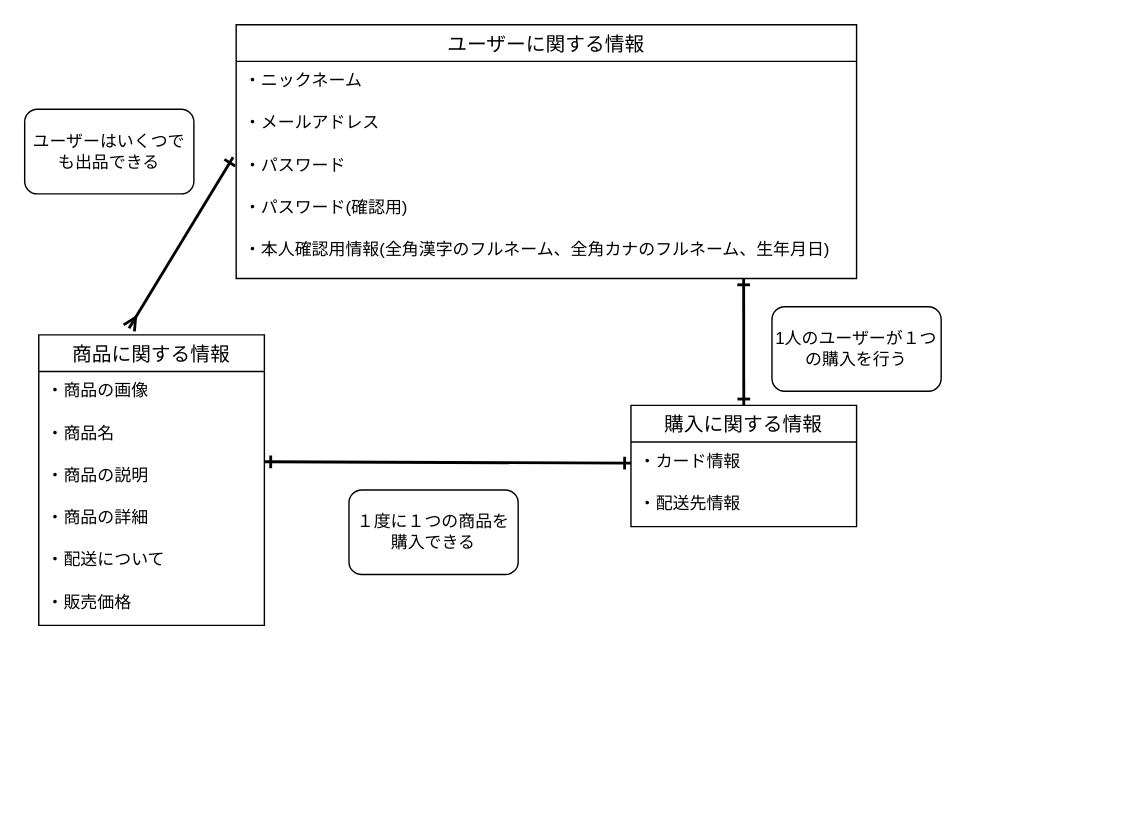
Before: page "Modeling" (2 of 3) of figure.dio in nana0817/furima-39589, a draw.io diagram. Source tidied: cells renumbered, new cells numbered last; positions are measured from the earlier drawing's top-left corner, leaving out a move shared by most shapes. Both pictures are drawn from the tidied source at 141%, with x=0, y=0 at pixel (24, 24).
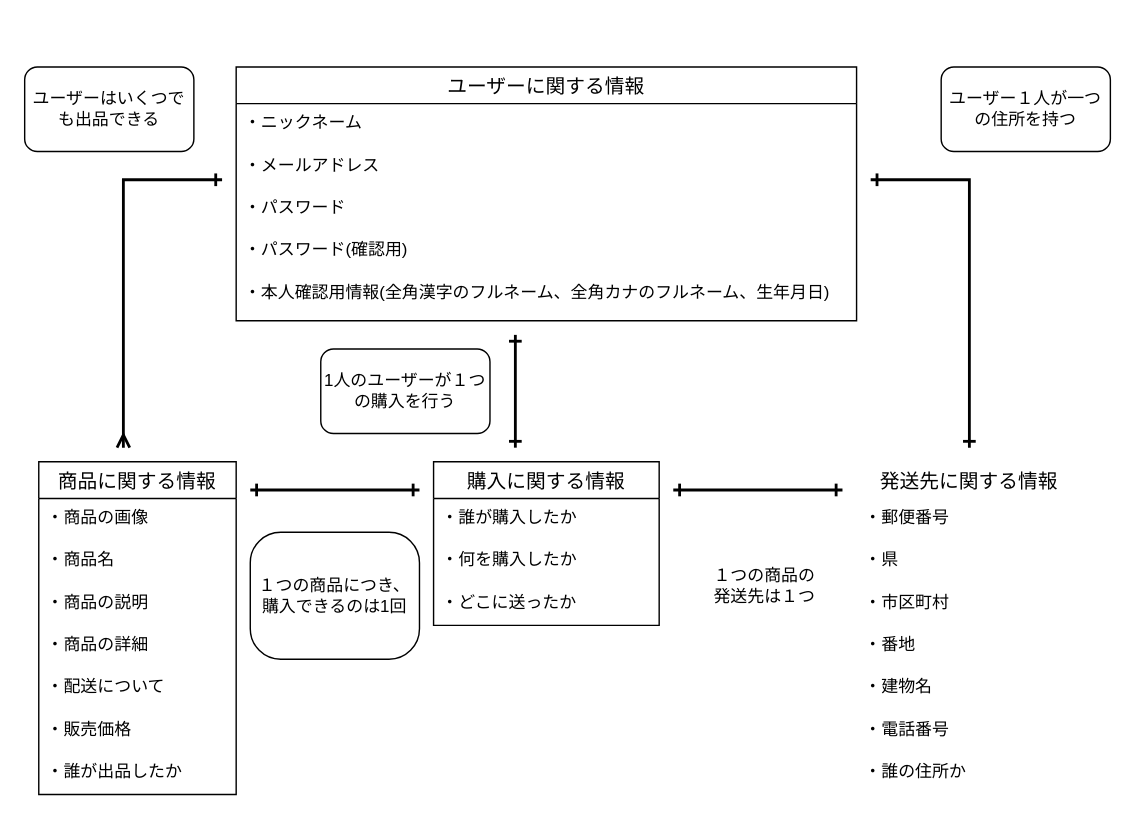
The same page after the edit.

Unchanged cells that the change refers to:
```xml
<mxCell id="15" value="・パスワード" style="text;strokeColor=none;fillColor=none;spacingLeft=4;spacingRight=4;overflow=hidden;points=[[0,0.5],[1,0.5]];portConstraint=eastwest;fontSize=12;" parent="12" vertex="1">
  <mxGeometry y="86" width="440" height="30" as="geometry" />
</mxCell>
<mxCell id="17" value="・本人確認用情報(全角漢字のフルネーム、全角カナのフルネーム、生年月日)" style="text;strokeColor=none;fillColor=none;spacingLeft=4;spacingRight=4;overflow=hidden;points=[[0,0.5],[1,0.5]];portConstraint=eastwest;fontSize=12;" parent="12" vertex="1">
  <mxGeometry y="146" width="440" height="34" as="geometry" />
</mxCell>
```

The edit, as a diff of the source:
```diff
@@
     <mxCell id="2" value="商品に関する情報" style="swimlane;fontStyle=0;horizontal=1;startSize=26;align=center;fontSize=14;" parent="1" vertex="1">
-      <mxGeometry x="10" y="220" width="160" height="206" as="geometry" />
+      <mxGeometry x="10" y="310" width="140" height="236" as="geometry" />
     </mxCell>
     <mxCell id="3" value="・商品の画像" style="text;strokeColor=none;fillColor=none;spacingLeft=4;spacingRight=4;overflow=hidden;fontSize=12;" parent="2" vertex="1">
-      <mxGeometry y="26" width="160" height="30" as="geometry" />
+      <mxGeometry y="26" width="140" height="30" as="geometry" />
     </mxCell>
     <mxCell id="4" value="・商品名" style="text;strokeColor=none;fillColor=none;spacingLeft=4;spacingRight=4;overflow=hidden;fontSize=12;" parent="2" vertex="1">
-      <mxGeometry y="56" width="160" height="30" as="geometry" />
+      <mxGeometry y="56" width="140" height="30" as="geometry" />
     </mxCell>
     <mxCell id="5" value="・商品の説明" style="text;strokeColor=none;fillColor=none;spacingLeft=4;spacingRight=4;overflow=hidden;fontSize=12;" parent="2" vertex="1">
-      <mxGeometry y="86" width="160" height="30" as="geometry" />
+      <mxGeometry y="86" width="140" height="30" as="geometry" />
     </mxCell>
     <mxCell id="6" value="・商品の詳細" style="text;strokeColor=none;fillColor=none;spacingLeft=4;spacingRight=4;overflow=hidden;fontSize=12;" parent="2" vertex="1">
-      <mxGeometry y="116" width="160" height="30" as="geometry" />
+      <mxGeometry y="116" width="140" height="30" as="geometry" />
     </mxCell>
     <mxCell id="7" value="・配送について" style="text;strokeColor=none;fillColor=none;spacingLeft=4;spacingRight=4;overflow=hidden;fontSize=12;" parent="2" vertex="1">
-      <mxGeometry y="146" width="160" height="30" as="geometry" />
+      <mxGeometry y="146" width="140" height="30" as="geometry" />
     </mxCell>
     <mxCell id="8" value="・販売価格" style="text;strokeColor=none;fillColor=none;spacingLeft=4;spacingRight=4;overflow=hidden;fontSize=12;" parent="2" vertex="1">
-      <mxGeometry y="176" width="160" height="30" as="geometry" />
+      <mxGeometry y="176" width="140" height="30" as="geometry" />
     </mxCell>
+    <mxCell id="24" value="・誰が出品したか" style="text;strokeColor=none;fillColor=none;spacingLeft=4;spacingRight=4;overflow=hidden;fontSize=12;rounded=1;shadow=0;glass=0;labelBackgroundColor=none;labelBorderColor=none;sketch=0;" parent="2" vertex="1">
+      <mxGeometry y="206" width="140" height="30" as="geometry" />
+    </mxCell>
+    <mxCell id="25" style="edgeStyle=none;rounded=0;sketch=0;jumpSize=6;html=1;strokeWidth=2;startArrow=ERone;startFill=0;endArrow=ERone;endFill=0;sourcePerimeterSpacing=0;targetPerimeterSpacing=100;" parent="1" edge="1">
+      <mxGeometry relative="1" as="geometry">
+        <mxPoint x="348" y="300" as="sourcePoint" />
+        <mxPoint x="348" y="220" as="targetPoint" />
+      </mxGeometry>
+    </mxCell>
     <mxCell id="9" value="購入に関する情報" style="swimlane;fontStyle=0;horizontal=1;startSize=26;align=center;fontSize=14;" parent="1" vertex="1">
-      <mxGeometry x="430" y="270" width="160" height="86" as="geometry" />
+      <mxGeometry x="290" y="310" width="160" height="116" as="geometry" />
     </mxCell>
-    <mxCell id="10" value="・カード情報" style="text;strokeColor=none;fillColor=none;spacingLeft=4;spacingRight=4;overflow=hidden;points=[[0,0.5],[1,0.5]];portConstraint=eastwest;fontSize=12;" parent="9" vertex="1">
+    <mxCell id="10" value="・誰が購入したか" style="text;strokeColor=none;fillColor=none;spacingLeft=4;spacingRight=4;overflow=hidden;points=[[0,0.5],[1,0.5]];portConstraint=eastwest;fontSize=12;" parent="9" vertex="1">
       <mxGeometry y="26" width="160" height="30" as="geometry" />
     </mxCell>
-    <mxCell id="11" value="・配送先情報" style="text;strokeColor=none;fillColor=none;spacingLeft=4;spacingRight=4;overflow=hidden;fontSize=12;" parent="9" vertex="1">
+    <mxCell id="11" value="・何を購入したか" style="text;strokeColor=none;fillColor=none;spacingLeft=4;spacingRight=4;overflow=hidden;fontSize=12;" parent="9" vertex="1">
       <mxGeometry y="56" width="160" height="30" as="geometry" />
     </mxCell>
+    <mxCell id="26" value="・どこに送ったか" style="text;strokeColor=none;fillColor=none;spacingLeft=4;spacingRight=4;overflow=hidden;fontSize=12;rounded=0;shadow=0;glass=0;labelBackgroundColor=none;labelBorderColor=none;sketch=0;" parent="9" vertex="1">
+      <mxGeometry y="86" width="160" height="30" as="geometry" />
+    </mxCell>
     <mxCell id="12" value="ユーザーに関する情報" style="swimlane;fontStyle=0;horizontal=1;startSize=26;align=center;fontSize=14;strokeColor=default;" parent="1" vertex="1">
-      <mxGeometry x="150" width="440" height="180" as="geometry" />
+      <mxGeometry x="150" y="30" width="440" height="180" as="geometry" />
     </mxCell>
@@
-    <mxCell id="18" style="endArrow=ERone;html=1;rounded=0;exitX=0.4;exitY=-0.023;exitDx=0;exitDy=0;exitPerimeter=0;entryX=-0.005;entryY=0.267;entryDx=0;entryDy=0;entryPerimeter=0;startArrow=ERmany;startFill=0;endFill=0;strokeWidth=2;" parent="1" edge="1" source="2" target="15">
-      <mxGeometry relative="1" as="geometry" />
-    </mxCell>
-    <mxCell id="19" style="endArrow=ERone;html=1;rounded=0;entryX=0;entryY=0.5;entryDx=0;entryDy=0;strokeWidth=2;startArrow=ERone;startFill=0;endFill=0;" parent="1" edge="1" target="10">
+    <mxCell id="19" style="endArrow=ERone;html=1;rounded=0;strokeWidth=2;startArrow=ERone;startFill=0;endFill=0;" parent="1" edge="1">
       <mxGeometry relative="1" as="geometry">
-        <mxPoint x="170" y="310" as="sourcePoint" />
+        <mxPoint x="160" y="330" as="sourcePoint" />
+        <mxPoint x="280" y="330" as="targetPoint" />
       </mxGeometry>
     </mxCell>
-    <mxCell id="20" style="endArrow=ERone;html=1;rounded=0;entryX=0.5;entryY=0;entryDx=0;entryDy=0;exitX=0.818;exitY=1;exitDx=0;exitDy=0;exitPerimeter=0;strokeWidth=2;startArrow=ERone;startFill=0;endFill=0;" parent="1" edge="1" source="17" target="9">
-      <mxGeometry relative="1" as="geometry" />
-    </mxCell>
     <mxCell id="21" value="ユーザーはいくつでも出品できる" style="rounded=1;whiteSpace=wrap;html=1;strokeColor=default;" parent="1" vertex="1">
-      <mxGeometry y="60" width="120" height="60" as="geometry" />
+      <mxGeometry y="30" width="120" height="60" as="geometry" />
     </mxCell>
     <mxCell id="22" value="1人のユーザーが１つの購入を行う" style="rounded=1;whiteSpace=wrap;html=1;strokeColor=default;" parent="1" vertex="1">
-      <mxGeometry x="530" y="200" width="120" height="60" as="geometry" />
+      <mxGeometry x="210" y="230" width="120" height="60" as="geometry" />
     </mxCell>
-    <mxCell id="23" value="１度に１つの商品を購入できる" style="rounded=1;whiteSpace=wrap;html=1;strokeColor=default;" parent="1" vertex="1">
-      <mxGeometry x="230" y="330" width="120" height="60" as="geometry" />
+    <mxCell id="23" value="１つの商品につき、購入できるのは1回" style="rounded=1;whiteSpace=wrap;html=1;strokeColor=default;arcSize=24;" parent="1" vertex="1">
+      <mxGeometry x="160" y="360" width="120" height="90" as="geometry" />
     </mxCell>
+    <mxCell id="27" value="発送先に関する情報" style="swimlane;fontStyle=0;horizontal=1;startSize=26;align=center;fontSize=14;rounded=0;shadow=0;glass=0;labelBackgroundColor=none;labelBorderColor=none;sketch=0;strokeColor=#FFFFFF;fillColor=none;" parent="1" vertex="1">
+      <mxGeometry x="590" y="310" width="160" height="236" as="geometry" />
+    </mxCell>
+    <mxCell id="28" value="・郵便番号" style="text;strokeColor=none;fillColor=none;spacingLeft=4;spacingRight=4;overflow=hidden;fontSize=12;rounded=0;shadow=0;glass=0;labelBackgroundColor=none;labelBorderColor=none;sketch=0;" parent="27" vertex="1">
+      <mxGeometry y="26" width="160" height="30" as="geometry" />
+    </mxCell>
+    <mxCell id="29" value="・県" style="text;strokeColor=none;fillColor=none;spacingLeft=4;spacingRight=4;overflow=hidden;fontSize=12;rounded=0;shadow=0;glass=0;labelBackgroundColor=none;labelBorderColor=none;sketch=0;" parent="27" vertex="1">
+      <mxGeometry y="56" width="160" height="30" as="geometry" />
+    </mxCell>
+    <mxCell id="30" value="・市区町村" style="text;strokeColor=none;fillColor=none;spacingLeft=4;spacingRight=4;overflow=hidden;fontSize=12;rounded=0;shadow=0;glass=0;labelBackgroundColor=none;labelBorderColor=none;sketch=0;" parent="27" vertex="1">
+      <mxGeometry y="86" width="160" height="30" as="geometry" />
+    </mxCell>
+    <mxCell id="31" value="・番地" style="text;strokeColor=none;fillColor=none;spacingLeft=4;spacingRight=4;overflow=hidden;fontSize=12;rounded=0;shadow=0;glass=0;labelBackgroundColor=none;labelBorderColor=none;sketch=0;" parent="27" vertex="1">
+      <mxGeometry y="116" width="160" height="30" as="geometry" />
+    </mxCell>
+    <mxCell id="32" value="・建物名" style="text;strokeColor=none;fillColor=none;spacingLeft=4;spacingRight=4;overflow=hidden;fontSize=12;rounded=0;shadow=0;glass=0;labelBackgroundColor=none;labelBorderColor=none;sketch=0;" parent="27" vertex="1">
+      <mxGeometry y="146" width="160" height="30" as="geometry" />
+    </mxCell>
+    <mxCell id="33" value="・電話番号" style="text;strokeColor=none;fillColor=none;spacingLeft=4;spacingRight=4;overflow=hidden;fontSize=12;rounded=0;shadow=0;glass=0;labelBackgroundColor=none;labelBorderColor=none;sketch=0;" parent="27" vertex="1">
+      <mxGeometry y="176" width="160" height="30" as="geometry" />
+    </mxCell>
+    <mxCell id="34" value="・誰の住所か" style="text;strokeColor=none;fillColor=none;spacingLeft=4;spacingRight=4;overflow=hidden;fontSize=12;rounded=1;shadow=0;glass=0;labelBackgroundColor=none;labelBorderColor=none;sketch=0;" parent="27" vertex="1">
+      <mxGeometry y="206" width="160" height="30" as="geometry" />
+    </mxCell>
+    <mxCell id="35" style="endArrow=ERone;html=1;rounded=0;sketch=0;strokeWidth=2;sourcePerimeterSpacing=0;targetPerimeterSpacing=100;jumpSize=6;startArrow=ERone;startFill=0;endFill=0;" parent="1" edge="1">
+      <mxGeometry relative="1" as="geometry">
+        <mxPoint x="600" y="110" as="sourcePoint" />
+        <mxPoint x="670" y="300" as="targetPoint" />
+        <Array as="points">
+          <mxPoint x="670" y="110" />
+        </Array>
+      </mxGeometry>
+    </mxCell>
+    <mxCell id="36" style="endArrow=ERmany;html=1;rounded=0;sketch=0;strokeWidth=2;sourcePerimeterSpacing=0;targetPerimeterSpacing=100;jumpSize=6;startArrow=ERone;startFill=0;endFill=0;" parent="1" edge="1">
+      <mxGeometry relative="1" as="geometry">
+        <mxPoint x="140" y="110" as="sourcePoint" />
+        <mxPoint x="70" y="300" as="targetPoint" />
+        <Array as="points">
+          <mxPoint x="70" y="110" />
+        </Array>
+      </mxGeometry>
+    </mxCell>
+    <mxCell id="37" value="ユーザー１人が一つの住所を持つ" style="rounded=1;whiteSpace=wrap;html=1;strokeColor=default;" parent="1" vertex="1">
+      <mxGeometry x="650" y="30" width="120" height="60" as="geometry" />
+    </mxCell>
+    <mxCell id="38" style="endArrow=ERone;html=1;rounded=0;strokeWidth=2;startArrow=ERone;startFill=0;endFill=0;" parent="1" edge="1">
+      <mxGeometry relative="1" as="geometry">
+        <mxPoint x="460" y="330" as="sourcePoint" />
+        <mxPoint x="580" y="330" as="targetPoint" />
+      </mxGeometry>
+    </mxCell>
+    <mxCell id="39" value="１つの商品の&lt;br&gt;発送先は１つ" style="rounded=1;whiteSpace=wrap;html=1;shadow=0;glass=0;labelBackgroundColor=none;labelBorderColor=none;sketch=0;strokeColor=#FFFFFF;fillColor=none;" parent="1" vertex="1">
+      <mxGeometry x="470" y="360" width="110" height="75" as="geometry" />
+    </mxCell>
```
